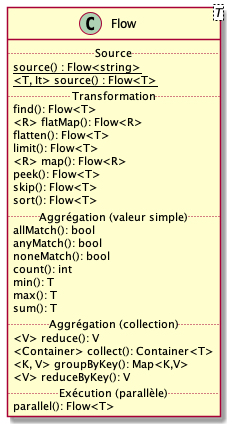
This is MemoireRedaction/Figures/flow-details.png from iulianc/PpFf, a PlantUML export, as it was before one commit.
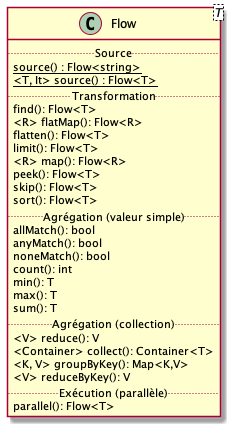
After the change.

What changed in the source:
```diff
@@ -14,7 +14,7 @@
   peek(): Flow<T>
   skip(): Flow<T>
   sort(): Flow<T>
-  ..Aggrégation (valeur simple)..
+  ..Agrégation (valeur simple)..
   allMatch(): bool
   anyMatch(): bool
   noneMatch(): bool
@@ -22,7 +22,7 @@
   min(): T
   max(): T
   sum(): T
-  ..Aggrégation (collection)..
+  ..Agrégation (collection)..
   <V> reduce(): V
   <Container> collect(): Container<T>
   <K, V> groupByKey(): Map<K,V>
```
